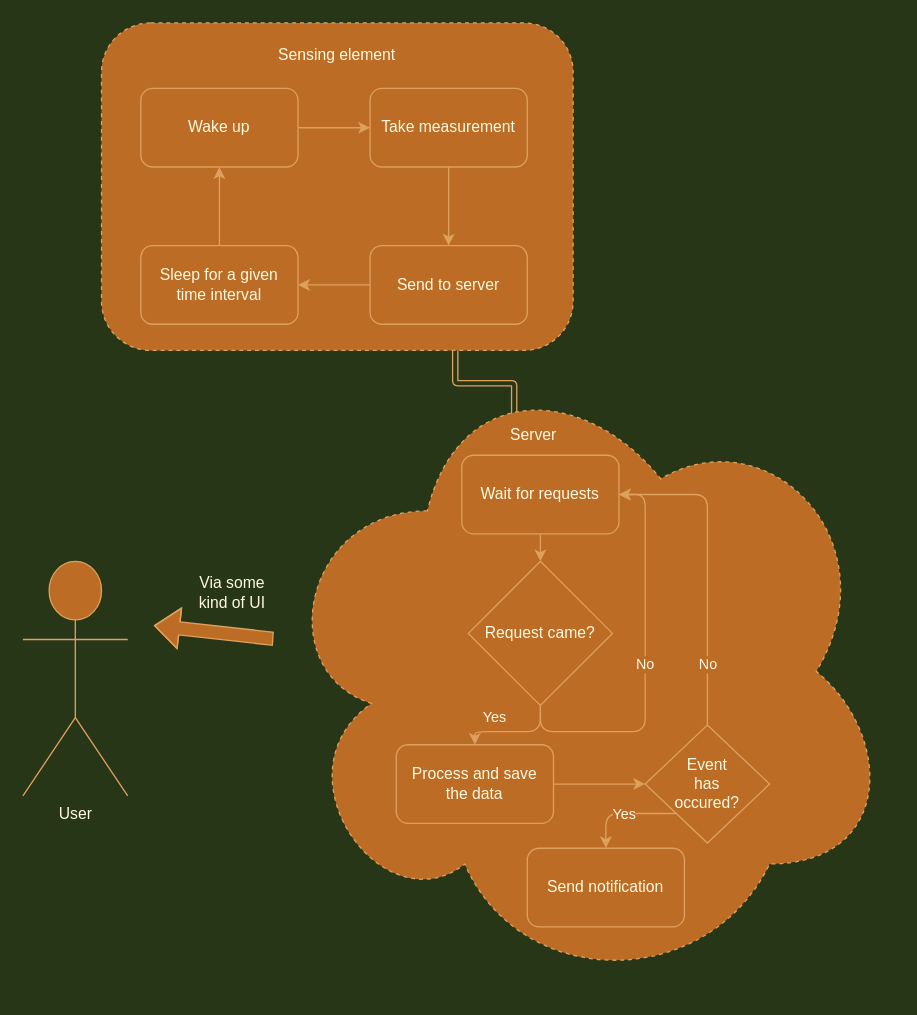
Before: documentation/resources/behav_flowchart.drawio in Phyteon/EmbeddedSensorApplications, a draw.io diagram. Source tidied: cells renumbered, new cells numbered last; positions are measured from the earlier drawing's top-left corner, leaving out a move shared by most shapes. Both pictures are drawn from the tidied source at 131%, with x=0, y=0 at pixel (22, 22).
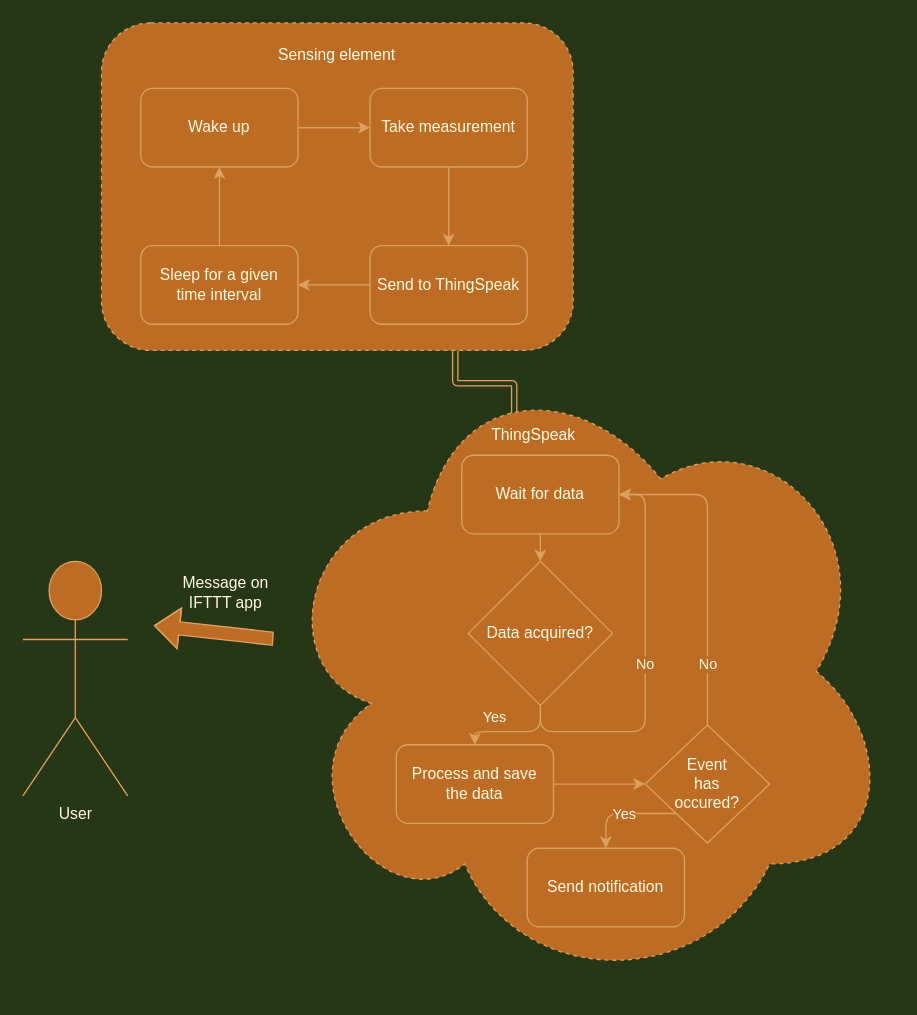
The same diagram, later.

Diff of the diagram source:
```diff
@@
-    <mxCell id="7" value="Send to server" style="rounded=1;whiteSpace=wrap;html=1;fillColor=#BC6C25;strokeColor=#DDA15E;fontColor=#FEFAE0;" parent="1" vertex="1">
+    <mxCell id="7" value="Send to ThingSpeak" style="rounded=1;whiteSpace=wrap;html=1;fillColor=#BC6C25;strokeColor=#DDA15E;fontColor=#FEFAE0;" parent="1" vertex="1">
       <mxGeometry x="265" y="170" width="120" height="60" as="geometry" />
     </mxCell>
@@
-    <mxCell id="18" value="Request came?" style="rhombus;whiteSpace=wrap;html=1;fillColor=#BC6C25;strokeColor=#DDA15E;fontColor=#FEFAE0;" parent="1" vertex="1">
+    <mxCell id="18" value="Data acquired?" style="rhombus;whiteSpace=wrap;html=1;fillColor=#BC6C25;strokeColor=#DDA15E;fontColor=#FEFAE0;" parent="1" vertex="1">
       <mxGeometry x="340" y="411" width="110" height="110" as="geometry" />
     </mxCell>
@@
-    <mxCell id="21" value="Wait for requests" style="rounded=1;whiteSpace=wrap;html=1;fillColor=#BC6C25;strokeColor=#DDA15E;fontColor=#FEFAE0;" parent="1" vertex="1">
+    <mxCell id="21" value="Wait for data" style="rounded=1;whiteSpace=wrap;html=1;fillColor=#BC6C25;strokeColor=#DDA15E;fontColor=#FEFAE0;" parent="1" vertex="1">
       <mxGeometry x="335" y="330" width="120" height="60" as="geometry" />
     </mxCell>
@@
-    <mxCell id="25" value="Server" style="text;html=1;strokeColor=none;fillColor=none;align=center;verticalAlign=middle;whiteSpace=wrap;rounded=0;sketch=0;fontColor=#FEFAE0;" parent="1" vertex="1">
+    <mxCell id="25" value="ThingSpeak" style="text;html=1;strokeColor=none;fillColor=none;align=center;verticalAlign=middle;whiteSpace=wrap;rounded=0;sketch=0;fontColor=#FEFAE0;" parent="1" vertex="1">
       <mxGeometry x="360" y="300" width="60" height="30" as="geometry" />
     </mxCell>
@@
-    <mxCell id="28" value="Via some kind of UI" style="text;html=1;strokeColor=none;fillColor=none;align=center;verticalAlign=middle;whiteSpace=wrap;rounded=0;sketch=0;fontColor=#FEFAE0;" parent="1" vertex="1">
-      <mxGeometry x="130" y="420" width="60" height="30" as="geometry" />
+    <mxCell id="28" value="Message on IFTTT app" style="text;html=1;strokeColor=none;fillColor=none;align=center;verticalAlign=middle;whiteSpace=wrap;rounded=0;sketch=0;fontColor=#FEFAE0;" parent="1" vertex="1">
+      <mxGeometry x="120" y="420" width="70" height="30" as="geometry" />
     </mxCell>
```
